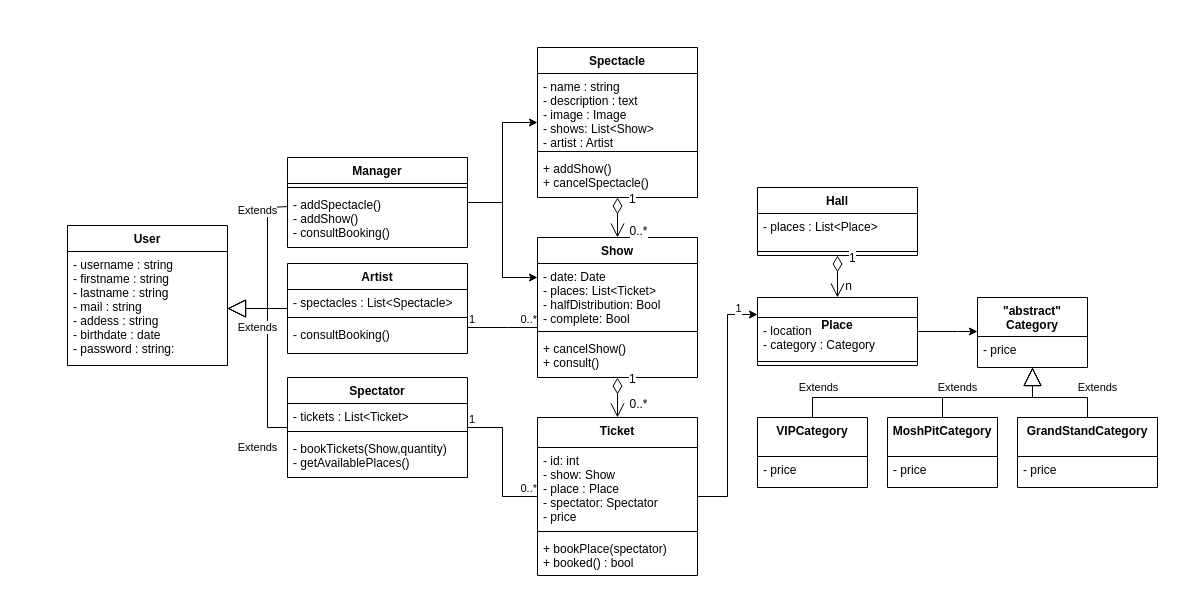
Before: page "diagramme de classe alégé" (6 of 9) of analyse/analyse.drawio in baptisteRiviere/SpectacleHallManagement, a draw.io diagram. Source tidied: cells renumbered, new cells numbered last; positions are measured from the earlier drawing's top-left corner, leaving out a move shared by most shapes. Both pictures are drawn from the tidied source at 100%, with x=0, y=0 at pixel (67, 47).
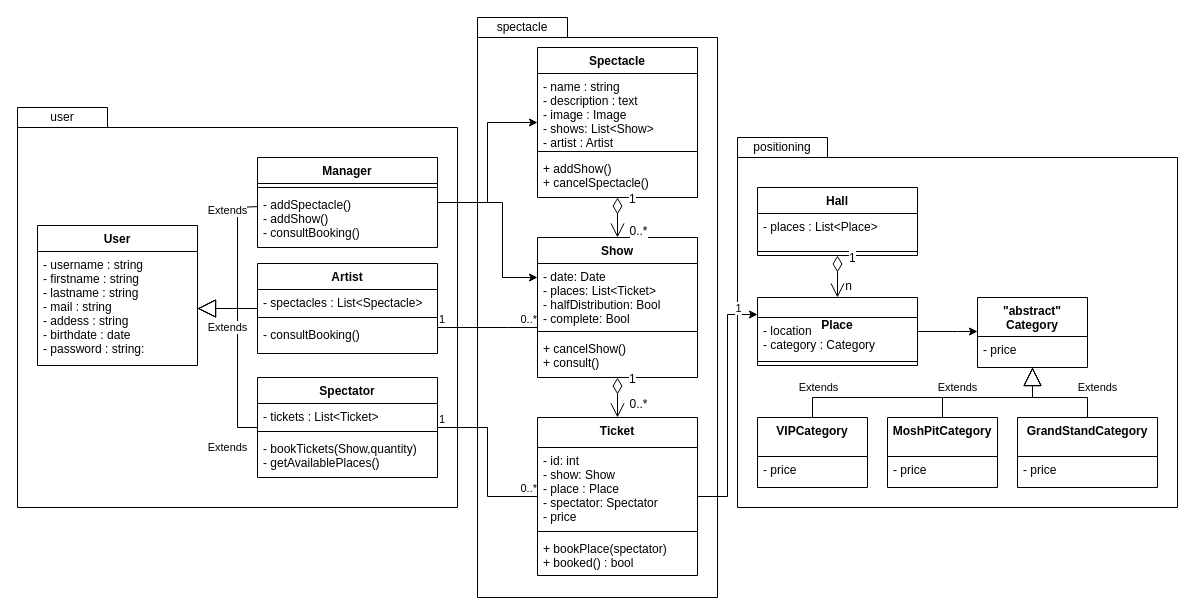
The same page after the edit.

Commit message:
Analyse : ajout packages

Unchanged cells that the change refers to:
```xml
<mxCell id="3" value="- username : string&#10;- firstname : string&#10;- lastname : string&#10;- mail : string&#10;- addess : string&#10;- birthdate : date&#10;- password : string: &#10;&#10;&#10;" style="text;strokeColor=none;fillColor=none;align=left;verticalAlign=top;spacingLeft=4;spacingRight=4;overflow=hidden;points=[[0,0.5],[1,0.5]];portConstraint=eastwest;fontSize=12;" parent="2" vertex="1">
  <mxGeometry y="26" width="160" height="114" as="geometry" />
</mxCell>
```

Diff of the diagram source:
```diff
@@
+    <mxCell id="64" style="shape=folder;fontStyle=1;spacingTop=10;tabWidth=90;tabHeight=20;tabPosition=left;html=1;fillColor=#FFFFFF;" parent="1" vertex="1">
+      <mxGeometry x="670" y="90" width="440" height="370" as="geometry" />
+    </mxCell>
+    <mxCell id="65" style="shape=folder;fontStyle=1;spacingTop=10;tabWidth=90;tabHeight=20;tabPosition=left;html=1;fillColor=#FFFFFF;" parent="1" vertex="1">
+      <mxGeometry x="410" y="-30" width="240" height="580" as="geometry" />
+    </mxCell>
+    <mxCell id="66" style="shape=folder;fontStyle=1;spacingTop=10;tabWidth=90;tabHeight=20;tabPosition=left;html=1;fillColor=#FFFFFF;" parent="1" vertex="1">
+      <mxGeometry x="-50" y="60" width="440" height="400" as="geometry" />
+    </mxCell>
     <mxCell id="2" value="User" style="swimlane;fontStyle=1;align=center;verticalAlign=top;horizontal=1;startSize=26;fontSize=12;fillColor=#FFFFFF;" parent="1" vertex="1">
-      <mxGeometry y="178" width="160" height="140" as="geometry" />
+      <mxGeometry x="-30" y="178" width="160" height="140" as="geometry" />
     </mxCell>
@@
     <mxCell id="12" value="Spectator" style="swimlane;fontStyle=1;align=center;verticalAlign=top;horizontal=1;startSize=26;fontSize=12;fillColor=#FFFFFF;" parent="1" vertex="1">
-      <mxGeometry x="220" y="330" width="180" height="100" as="geometry" />
+      <mxGeometry x="190" y="330" width="180" height="100" as="geometry" />
     </mxCell>
@@
     <mxCell id="18" value="Manager" style="swimlane;fontStyle=1;align=center;verticalAlign=top;horizontal=1;startSize=26;fontSize=12;fillColor=#FFFFFF;" parent="1" vertex="1">
-      <mxGeometry x="220" y="110" width="180" height="90" as="geometry" />
+      <mxGeometry x="190" y="110" width="180" height="90" as="geometry" />
     </mxCell>
@@
     <mxCell id="21" value="Artist" style="swimlane;fontStyle=1;align=center;verticalAlign=top;horizontal=1;startSize=26;fontSize=12;fillColor=#FFFFFF;" parent="1" vertex="1">
-      <mxGeometry x="220" y="216" width="180" height="90" as="geometry" />
+      <mxGeometry x="190" y="216" width="180" height="90" as="geometry" />
     </mxCell>
@@
     <mxCell id="34" value="Extends" style="endArrow=block;endSize=16;endFill=0;html=1;rounded=0;entryX=1;entryY=0.5;entryDx=0;entryDy=0;" parent="1" edge="1" source="18" target="3">
       <mxGeometry x="-0.72" y="-10" relative="1" as="geometry">
         <Array as="points">
-          <mxPoint x="200" y="160" />
-          <mxPoint x="200" y="261" />
+          <mxPoint x="170" y="160" />
+          <mxPoint x="170" y="261" />
         </Array>
       </mxGeometry>
     </mxCell>
@@
     <mxCell id="43" value="Extends" style="endArrow=block;endSize=16;endFill=0;html=1;rounded=0;entryX=1;entryY=0.5;entryDx=0;entryDy=0;" parent="1" edge="1" source="12" target="3">
       <mxGeometry x="-0.78" y="22" relative="1" as="geometry">
         <Array as="points">
-          <mxPoint x="200" y="380" />
-          <mxPoint x="200" y="261" />
+          <mxPoint x="170" y="380" />
+          <mxPoint x="170" y="261" />
         </Array>
         <mxPoint x="12" y="20" as="offset" />
       </mxGeometry>
     </mxCell>
@@
+    <mxCell id="67" value="user" style="text;html=1;strokeColor=none;fillColor=none;align=center;verticalAlign=middle;whiteSpace=wrap;rounded=0;" parent="1" vertex="1">
+      <mxGeometry x="-50" y="60" width="90" height="20" as="geometry" />
+    </mxCell>
+    <mxCell id="68" value="spectacle" style="text;html=1;strokeColor=none;fillColor=none;align=center;verticalAlign=middle;whiteSpace=wrap;rounded=0;" parent="1" vertex="1">
+      <mxGeometry x="410" y="-30" width="90" height="20" as="geometry" />
+    </mxCell>
+    <mxCell id="69" value="positioning" style="text;html=1;strokeColor=none;fillColor=none;align=center;verticalAlign=middle;whiteSpace=wrap;rounded=0;" parent="1" vertex="1">
+      <mxGeometry x="670" y="90" width="90" height="20" as="geometry" />
+    </mxCell>
```
